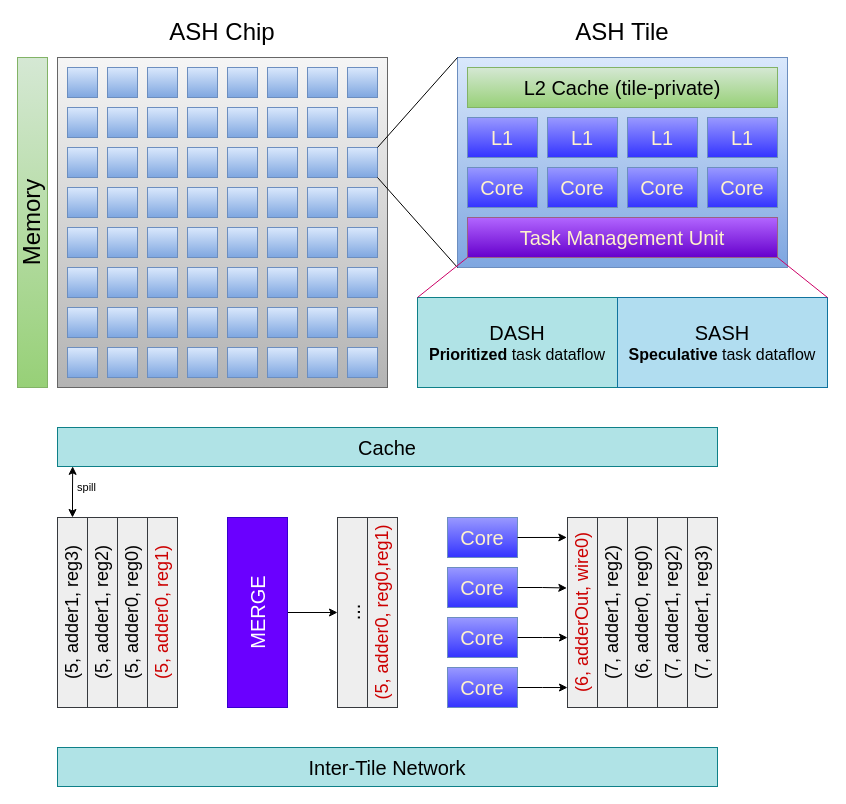
Earlier version of the draw.io diagram verilator_digrams/专用硬件2_11.drawio (Dercury/CLDK). Source tidied: cells renumbered, new cells numbered last; positions are measured from the earlier drawing's top-left corner, leaving out a move shared by most shapes. Both pictures are drawn from the tidied source at 100%, with x=0, y=0 at pixel (17, 17).
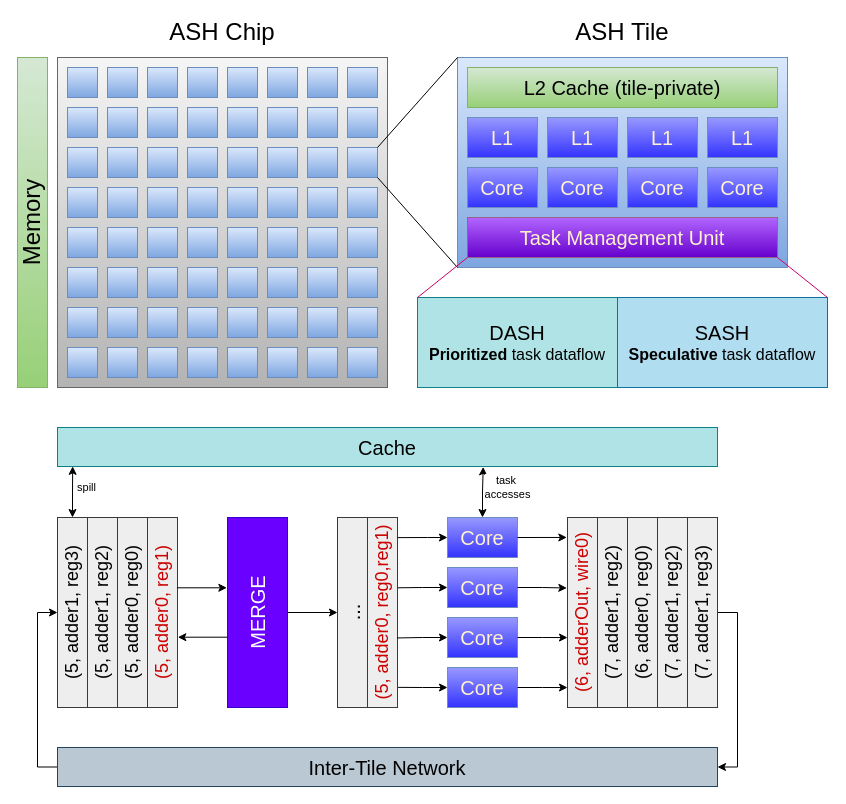
After the change.

Commit message (it also covers changes not shown here):
更新专用硬件2_11.drawio

The change refers to these unchanged cells:
```xml
<mxCell id="87" value="(5, adder1, reg3)" style="rounded=0;whiteSpace=wrap;html=1;horizontal=0;fontSize=18;fillColor=#eeeeee;strokeColor=#36393d;" parent="1" vertex="1">
  <mxGeometry x="40" y="500" width="30" height="190" as="geometry" />
</mxCell>
<mxCell id="90" value="(5, adder0, reg1)" style="rounded=0;whiteSpace=wrap;html=1;horizontal=0;fontSize=18;fillColor=#eeeeee;strokeColor=#36393d;fontColor=#CC0000;" parent="1" vertex="1">
  <mxGeometry x="130" y="500" width="30" height="190" as="geometry" />
</mxCell>
<mxCell id="92" value="MERGE" style="rounded=0;whiteSpace=wrap;html=1;horizontal=0;fontSize=20;fillColor=#6a00ff;strokeColor=#3700CC;fontColor=#ffffff;" parent="1" vertex="1">
  <mxGeometry x="210" y="500" width="60" height="190" as="geometry" />
</mxCell>
<mxCell id="93" value="Core" style="rounded=0;whiteSpace=wrap;html=1;fillColor=#9999FF;gradientColor=#3333FF;strokeColor=#6c8ebf;fontSize=20;fontColor=#FFF2CC;" parent="1" vertex="1">
  <mxGeometry x="430" y="500" width="70" height="40" as="geometry" />
</mxCell>
<mxCell id="94" value="Core" style="rounded=0;whiteSpace=wrap;html=1;fillColor=#9999FF;gradientColor=#3333FF;strokeColor=#6c8ebf;fontSize=20;fontColor=#FFF2CC;" parent="1" vertex="1">
  <mxGeometry x="430" y="550" width="70" height="40" as="geometry" />
</mxCell>
<mxCell id="95" value="Core" style="rounded=0;whiteSpace=wrap;html=1;fillColor=#9999FF;gradientColor=#3333FF;strokeColor=#6c8ebf;fontSize=20;fontColor=#FFF2CC;" parent="1" vertex="1">
  <mxGeometry x="430" y="600" width="70" height="40" as="geometry" />
</mxCell>
<mxCell id="96" value="Core" style="rounded=0;whiteSpace=wrap;html=1;fillColor=#9999FF;gradientColor=#3333FF;strokeColor=#6c8ebf;fontSize=20;fontColor=#FFF2CC;" parent="1" vertex="1">
  <mxGeometry x="430" y="650" width="70" height="40" as="geometry" />
</mxCell>
<mxCell id="98" value="(5, adder0, reg0,reg1)" style="rounded=0;whiteSpace=wrap;html=1;horizontal=0;fontSize=18;fillColor=#eeeeee;strokeColor=#36393d;fontColor=#CC0000;" parent="1" vertex="1">
  <mxGeometry x="350" y="500" width="30" height="190" as="geometry" />
</mxCell>
<mxCell id="103" value="(7, adder1, reg3)" style="rounded=0;whiteSpace=wrap;html=1;horizontal=0;fontSize=18;fillColor=#eeeeee;strokeColor=#36393d;" parent="1" vertex="1">
  <mxGeometry x="670" y="500" width="30" height="190" as="geometry" />
</mxCell>
<mxCell id="104" value="&lt;span style=&quot;font-size: 20px;&quot;&gt;Cache&lt;/span&gt;" style="rounded=0;whiteSpace=wrap;html=1;fillColor=#b0e3e6;strokeColor=#0e8088;" parent="1" vertex="1">
  <mxGeometry x="40" y="410" width="660" height="39" as="geometry" />
</mxCell>
```

Change to the diagram source:
```diff
@@
+    <mxCell id="111" style="edgeStyle=orthogonalEdgeStyle;rounded=0;jettySize=auto;html=1;exitX=1;exitY=0.5;exitDx=0;exitDy=0;entryX=1;entryY=0.5;entryDx=0;entryDy=0;" parent="1" edge="1" source="103" target="105">
+      <mxGeometry relative="1" as="geometry" />
+    </mxCell>
@@
+    <mxCell id="112" style="edgeStyle=orthogonalEdgeStyle;rounded=0;jettySize=auto;html=1;exitX=0;exitY=0.5;exitDx=0;exitDy=0;entryX=0;entryY=0.5;entryDx=0;entryDy=0;" parent="1" edge="1" source="105" target="87">
+      <mxGeometry relative="1" as="geometry" />
+    </mxCell>
-    <mxCell id="105" value="&lt;span style=&quot;font-size: 20px;&quot;&gt;Inter-Tile Network&lt;/span&gt;" style="rounded=0;whiteSpace=wrap;html=1;fillColor=#b0e3e6;strokeColor=#0e8088;" parent="1" vertex="1">
+    <mxCell id="105" value="&lt;span style=&quot;font-size: 20px;&quot;&gt;Inter-Tile Network&lt;/span&gt;" style="rounded=0;whiteSpace=wrap;html=1;fillColor=#bac8d3;strokeColor=#23445d;" parent="1" vertex="1">
       <mxGeometry x="40" y="730" width="660" height="39" as="geometry" />
     </mxCell>
@@
+    <mxCell id="113" style="edgeStyle=orthogonalEdgeStyle;rounded=0;jettySize=auto;html=1;exitX=0;exitY=0.5;exitDx=0;exitDy=0;entryX=1.002;entryY=0.106;entryDx=0;entryDy=0;entryPerimeter=0;startArrow=classic;startFill=1;endArrow=none;endFill=0;" parent="1" edge="1" source="93" target="98">
+      <mxGeometry relative="1" as="geometry">
+        <Array as="points">
+          <mxPoint x="410" y="520" />
+        </Array>
+      </mxGeometry>
+    </mxCell>
+    <mxCell id="114" style="edgeStyle=orthogonalEdgeStyle;rounded=0;jettySize=auto;html=1;exitX=0;exitY=0.5;exitDx=0;exitDy=0;entryX=1.011;entryY=0.37;entryDx=0;entryDy=0;entryPerimeter=0;startArrow=classic;startFill=1;endArrow=none;endFill=0;" parent="1" edge="1" source="94" target="98">
+      <mxGeometry relative="1" as="geometry" />
+    </mxCell>
+    <mxCell id="115" style="edgeStyle=orthogonalEdgeStyle;rounded=0;jettySize=auto;html=1;exitX=0;exitY=0.5;exitDx=0;exitDy=0;entryX=0.983;entryY=0.634;entryDx=0;entryDy=0;entryPerimeter=0;startArrow=classic;startFill=1;endArrow=none;endFill=0;" parent="1" edge="1" source="95" target="98">
+      <mxGeometry relative="1" as="geometry" />
+    </mxCell>
+    <mxCell id="116" style="edgeStyle=orthogonalEdgeStyle;rounded=0;jettySize=auto;html=1;exitX=0;exitY=0.5;exitDx=0;exitDy=0;entryX=1.02;entryY=0.894;entryDx=0;entryDy=0;entryPerimeter=0;startArrow=classic;startFill=1;endArrow=none;endFill=0;" parent="1" edge="1" source="96" target="98">
+      <mxGeometry relative="1" as="geometry" />
+    </mxCell>
+    <mxCell id="117" style="edgeStyle=orthogonalEdgeStyle;rounded=0;jettySize=auto;html=1;entryX=-0.011;entryY=0.37;entryDx=0;entryDy=0;entryPerimeter=0;exitX=0.989;exitY=0.37;exitDx=0;exitDy=0;exitPerimeter=0;" parent="1" edge="1" source="90" target="92">
+      <mxGeometry relative="1" as="geometry" />
+    </mxCell>
+    <mxCell id="118" style="edgeStyle=orthogonalEdgeStyle;rounded=0;jettySize=auto;html=1;exitX=1.011;exitY=0.63;exitDx=0;exitDy=0;entryX=0;entryY=0.63;entryDx=0;entryDy=0;entryPerimeter=0;exitPerimeter=0;startArrow=classic;startFill=1;endArrow=none;endFill=0;" parent="1" edge="1" source="90" target="92">
+      <mxGeometry relative="1" as="geometry" />
+    </mxCell>
+    <mxCell id="119" value="task&amp;nbsp;&lt;div&gt;accesses&lt;/div&gt;" style="edgeStyle=orthogonalEdgeStyle;rounded=0;jettySize=auto;html=1;exitX=0.5;exitY=0;exitDx=0;exitDy=0;entryX=0.645;entryY=1.011;entryDx=0;entryDy=0;entryPerimeter=0;startArrow=classic;startFill=1;" parent="1" edge="1" source="93" target="104">
+      <mxGeometry x="0.2" y="-24" relative="1" as="geometry" />
+    </mxCell>
```
